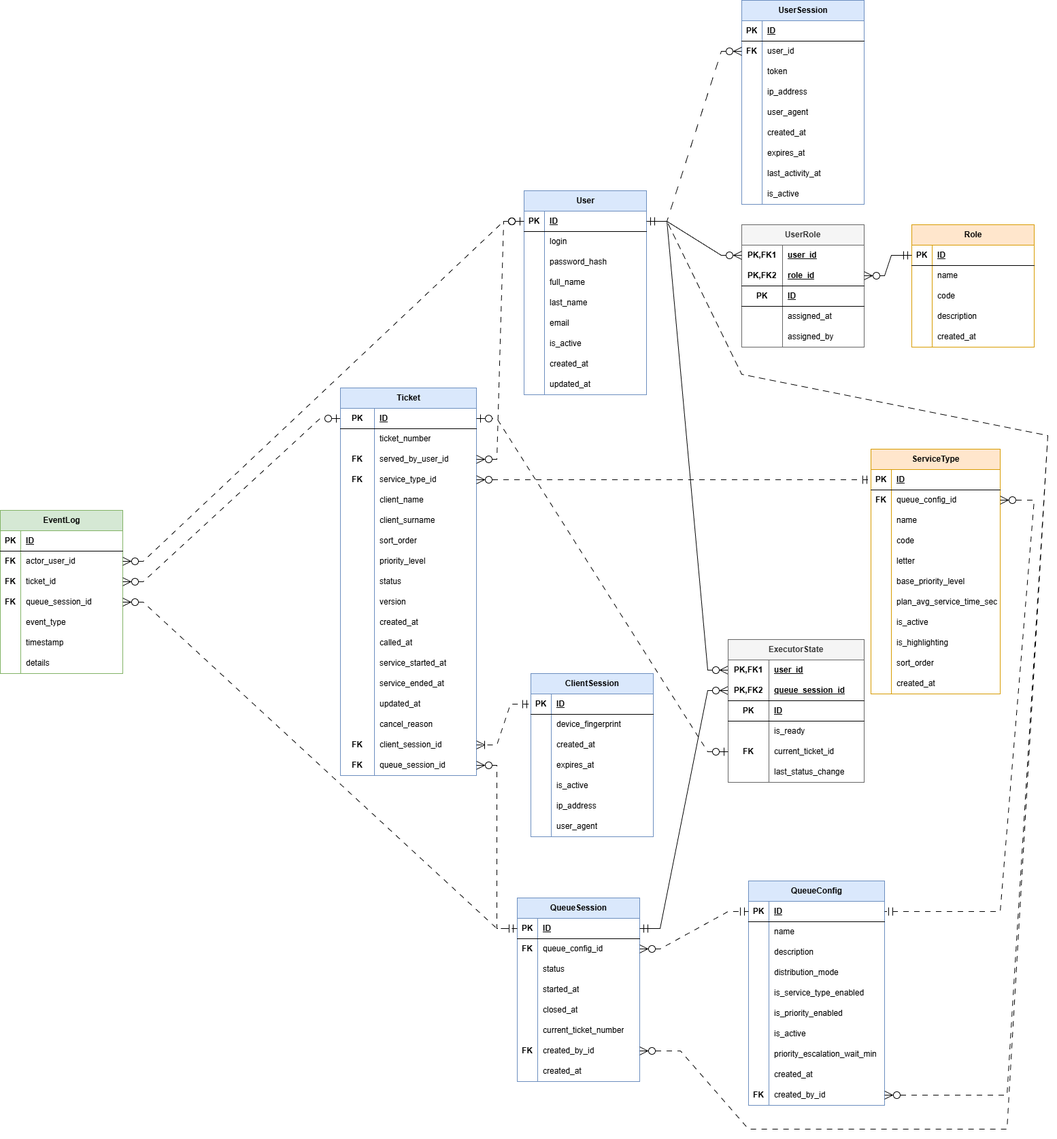
The draw.io diagram docs/explanation/diagrams/src/data/logical-data-model.png in DaL1ner/virtual_queue_management_system, before a commit. Source tidied: cells renumbered, new cells last; positions are measured from the earlier drawing's top-left corner, leaving out a move shared by most shapes.
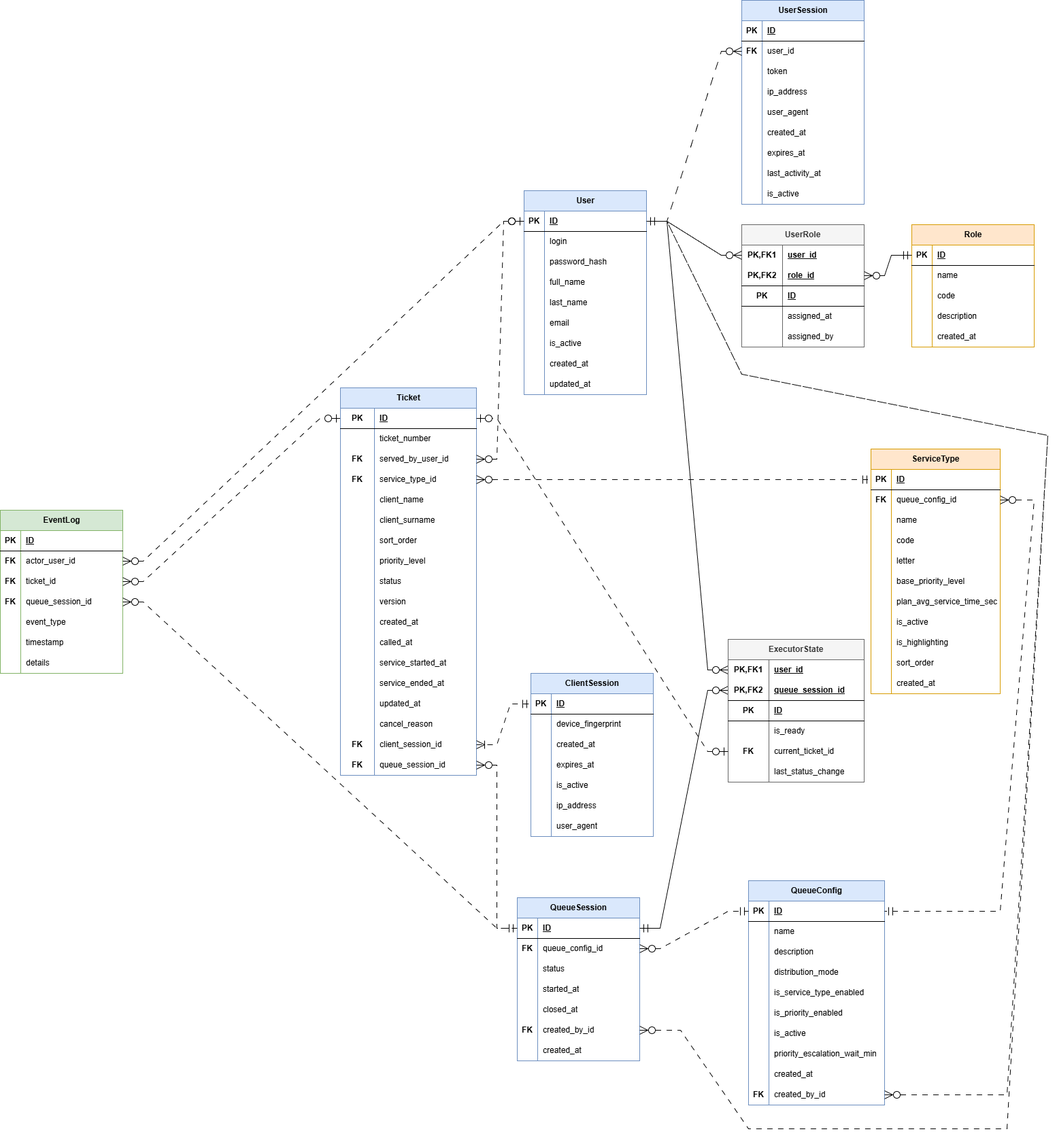
After the change.

Change to the diagram source:
```diff
@@ -276,7 +276,7 @@
       <mxGeometry x="30" width="170" height="30" as="geometry" />
     </mxCell>
     <mxCell id="93" value="QueueSession" style="shape=table;startSize=30;rowLines=0;fontStyle=1;align=center;html=1;fillColor=#dae8fc;strokeColor=#6c8ebf;" parent="1" vertex="1">
-      <mxGeometry x="760" y="1320" width="180" height="270" as="geometry" />
+      <mxGeometry x="760" y="1320" width="180" height="240" as="geometry" />
     </mxCell>
     <mxCell id="94" style="shape=tableRow;horizontal=0;startSize=0;swimlaneHead=0;swimlaneBody=0;fillColor=none;points=[[0,0.5],[1,0.5]];portConstraint=eastwest;top=0;left=0;right=0;bottom=1;" parent="93" vertex="1">
       <mxGeometry y="30" width="180" height="30" as="geometry" />
@@ -323,17 +323,8 @@
     <mxCell id="108" value="closed_at" style="shape=partialRectangle;fillColor=none;top=0;left=0;bottom=0;right=0;align=left;spacingLeft=6;overflow=hidden;whiteSpace=wrap;html=1;" parent="106" vertex="1">
       <mxGeometry x="30" width="150" height="30" as="geometry" />
     </mxCell>
-    <mxCell id="109" style="shape=tableRow;horizontal=0;startSize=0;swimlaneHead=0;swimlaneBody=0;fillColor=none;top=0;left=0;right=0;bottom=0;" parent="93" vertex="1">
-      <mxGeometry y="180" width="180" height="30" as="geometry" />
-    </mxCell>
-    <mxCell id="110" style="shape=partialRectangle;fillColor=none;top=0;left=0;bottom=0;right=0;overflow=hidden;whiteSpace=wrap;html=1;" parent="109" vertex="1">
-      <mxGeometry width="30" height="30" as="geometry" />
-    </mxCell>
-    <mxCell id="111" value="current_ticket_number" style="shape=partialRectangle;fillColor=none;top=0;left=0;bottom=0;right=0;align=left;spacingLeft=6;overflow=hidden;whiteSpace=wrap;html=1;" parent="109" vertex="1">
-      <mxGeometry x="30" width="150" height="30" as="geometry" />
-    </mxCell>
     <mxCell id="112" style="shape=tableRow;horizontal=0;startSize=0;swimlaneHead=0;swimlaneBody=0;fillColor=none;points=[[0,0.5],[1,0.5]];portConstraint=eastwest;top=0;left=0;right=0;bottom=0;" parent="93" vertex="1">
-      <mxGeometry y="210" width="180" height="30" as="geometry" />
+      <mxGeometry y="180" width="180" height="30" as="geometry" />
     </mxCell>
     <mxCell id="113" value="&lt;span style=&quot;font-weight: 700;&quot;&gt;FK&lt;/span&gt;" style="shape=partialRectangle;fillColor=none;top=0;left=0;bottom=0;right=0;overflow=hidden;whiteSpace=wrap;html=1;" parent="112" vertex="1">
       <mxGeometry width="30" height="30" as="geometry" />
@@ -342,7 +333,7 @@
       <mxGeometry x="30" width="150" height="30" as="geometry" />
     </mxCell>
     <mxCell id="115" style="shape=tableRow;horizontal=0;startSize=0;swimlaneHead=0;swimlaneBody=0;fillColor=none;top=0;left=0;right=0;bottom=0;" parent="93" vertex="1">
-      <mxGeometry y="240" width="180" height="30" as="geometry" />
+      <mxGeometry y="210" width="180" height="30" as="geometry" />
     </mxCell>
     <mxCell id="116" style="shape=partialRectangle;fillColor=none;top=0;left=0;bottom=0;right=0;overflow=hidden;whiteSpace=wrap;html=1;" parent="115" vertex="1">
       <mxGeometry width="30" height="30" as="geometry" />
@@ -866,7 +857,7 @@
     <mxCell id="285" style="rounded=0;jettySize=auto;html=1;exitX=1;exitY=0.5;exitDx=0;exitDy=0;entryX=1;entryY=0.5;entryDx=0;entryDy=0;dashed=1;dashPattern=8 8;strokeColor=default;align=center;verticalAlign=middle;fontFamily=Helvetica;fontSize=11;fontColor=default;labelBackgroundColor=default;startArrow=ERzeroToMany;startFill=0;startSize=10;endArrow=ERmandOne;endFill=0;endSize=10;" parent="1" edge="1" source="112" target="3">
       <mxGeometry relative="1" as="geometry">
         <Array as="points">
-          <mxPoint x="1000" y="1545" />
+          <mxPoint x="1000" y="1515" />
           <mxPoint x="1100" y="1660" />
           <mxPoint x="1480" y="1660" />
           <mxPoint x="1540" y="640" />
```
